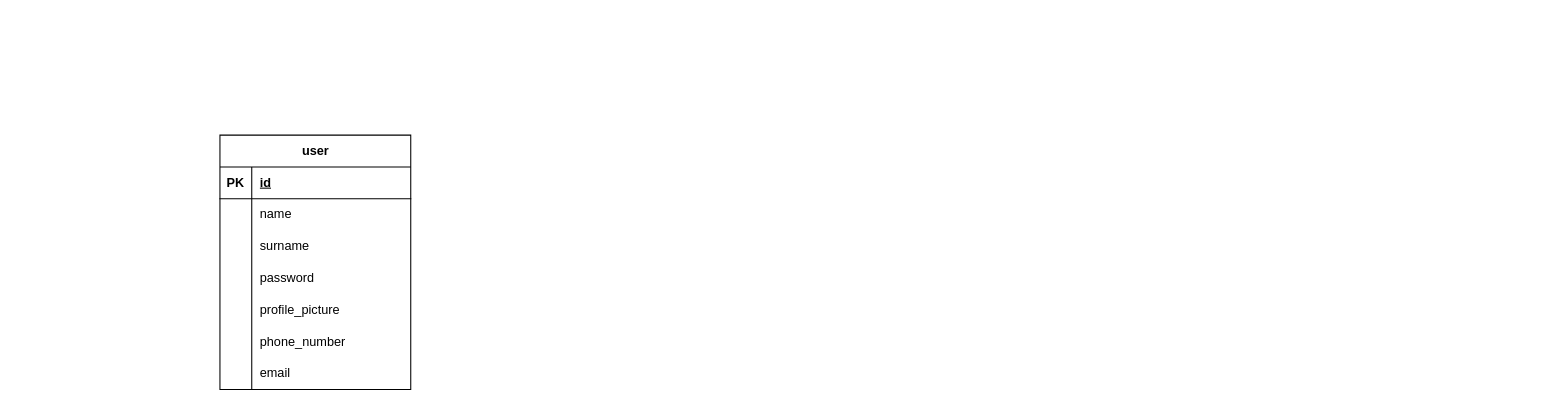
ernurQ/eat-web-diagrams keeps this draw.io diagram as page "user" (3 of 9) of app.drawio. Above is the earlier version. Source tidied: cells renumbered, new cells numbered last; positions are measured from the earlier drawing's top-left corner, leaving out a move shared by most shapes. Both pictures are drawn from the tidied source at 106%, with x=0, y=0 at pixel (219, 135).
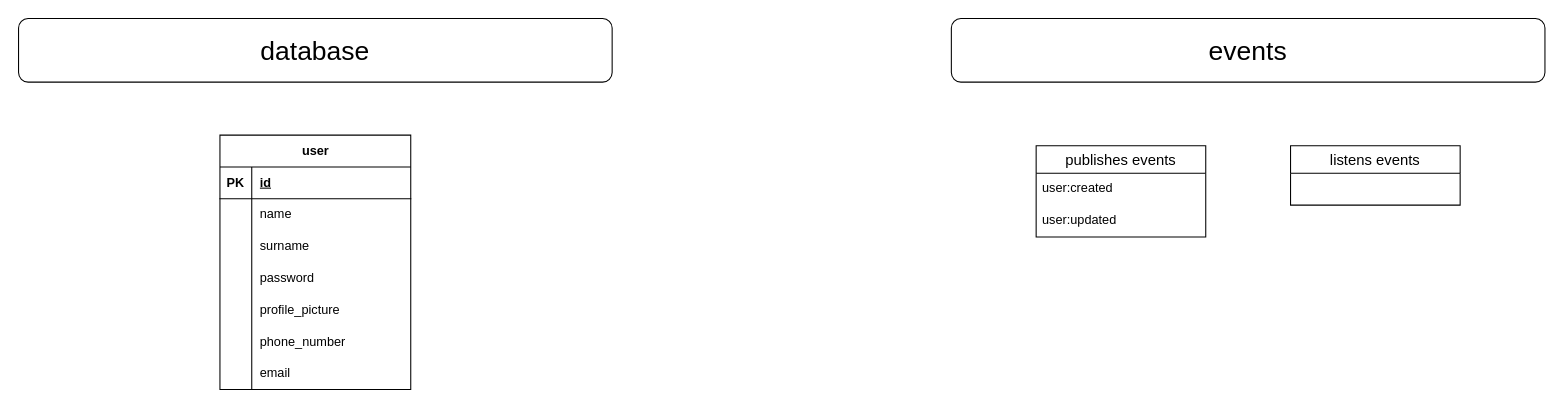
The same page after the edit.

The edit, as a diff of the source:
```diff
@@
+    <mxCell id="24" value="&lt;font style=&quot;font-size: 25px;&quot;&gt;database&lt;/font&gt;" style="rounded=1;whiteSpace=wrap;html=1;" parent="1" vertex="1">
+      <mxGeometry x="-190" y="-110" width="560" height="60" as="geometry" />
+    </mxCell>
+    <mxCell id="25" value="&lt;font style=&quot;font-size: 25px;&quot;&gt;events&lt;/font&gt;" style="rounded=1;whiteSpace=wrap;html=1;" parent="1" vertex="1">
+      <mxGeometry x="690" y="-110" width="560" height="60" as="geometry" />
+    </mxCell>
+    <mxCell id="26" value="publishes events" style="swimlane;fontStyle=0;horizontal=1;startSize=26;align=center;fontSize=14;" parent="1" vertex="1">
+      <mxGeometry x="770" y="10" width="160" height="86" as="geometry" />
+    </mxCell>
+    <mxCell id="27" value="user:created" style="text;strokeColor=none;fillColor=none;spacingLeft=4;spacingRight=4;overflow=hidden;fontSize=12;whiteSpace=wrap;html=1;" parent="26" vertex="1">
+      <mxGeometry y="26" width="160" height="30" as="geometry" />
+    </mxCell>
+    <mxCell id="28" value="user:updated" style="text;strokeColor=none;fillColor=none;spacingLeft=4;spacingRight=4;overflow=hidden;fontSize=12;whiteSpace=wrap;html=1;" parent="26" vertex="1">
+      <mxGeometry y="56" width="160" height="30" as="geometry" />
+    </mxCell>
+    <mxCell id="29" value="listens events" style="swimlane;fontStyle=0;horizontal=1;startSize=26;align=center;fontSize=14;" parent="1" vertex="1">
+      <mxGeometry x="1010" y="10" width="160" height="56" as="geometry" />
+    </mxCell>
```
